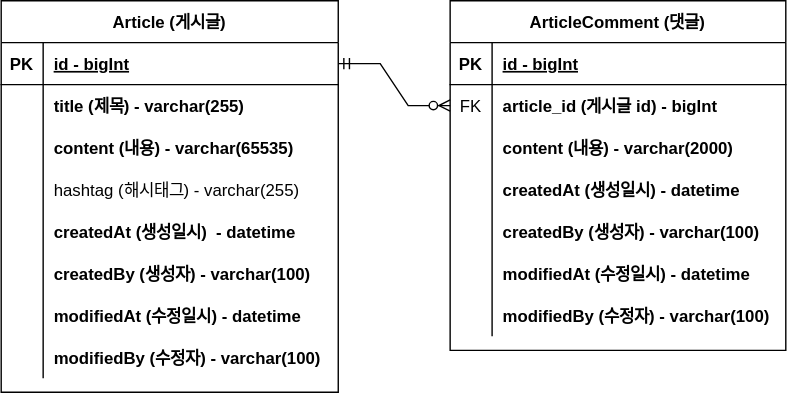
Above: document/project-board-erd.svg in cheesecup/project-board (draw.io), before the change. Source tidied: cells renumbered, new cells last; positions are measured from the earlier drawing's top-left corner, leaving out a move shared by most shapes. Its diagram source:
```xml
<mxGraphModel>
  <root>
    <mxCell id="0" />
    <mxCell id="1" parent="0" />
    <mxCell id="2" value="Article (게시글)" style="shape=table;startSize=30;rowLines=0;fontStyle=1;align=center;" parent="1" vertex="1">
      <mxGeometry width="241" height="280" as="geometry" />
    </mxCell>
    <mxCell id="3" style="shape=tableRow;horizontal=0;startSize=0;swimlaneHead=0;swimlaneBody=0;fillColor=none;points=[[0,0.5],[1,0.5]];portConstraint=eastwest;top=0;left=0;right=0;bottom=1;" parent="2" vertex="1">
      <mxGeometry y="30" width="241" height="30" as="geometry" />
    </mxCell>
    <mxCell id="4" value="PK" style="shape=partialRectangle;fillColor=none;top=0;left=0;bottom=0;right=0;fontStyle=1;overflow=hidden;" parent="3" vertex="1">
      <mxGeometry width="30" height="30" as="geometry" />
    </mxCell>
    <mxCell id="5" value="id - bigInt" style="shape=partialRectangle;fillColor=none;top=0;left=0;bottom=0;right=0;align=left;spacingLeft=6;fontStyle=5;overflow=hidden;" parent="3" vertex="1">
      <mxGeometry x="30" width="211" height="30" as="geometry" />
    </mxCell>
    <mxCell id="6" style="shape=tableRow;horizontal=0;startSize=0;swimlaneHead=0;swimlaneBody=0;fillColor=none;top=0;left=0;right=0;bottom=0;" parent="2" vertex="1">
      <mxGeometry y="60" width="241" height="30" as="geometry" />
    </mxCell>
    <mxCell id="7" style="shape=partialRectangle;fillColor=none;top=0;left=0;bottom=0;right=0;overflow=hidden;" parent="6" vertex="1">
      <mxGeometry width="30" height="30" as="geometry" />
    </mxCell>
    <mxCell id="8" value="title (제목) - varchar(255)" style="shape=partialRectangle;fillColor=none;top=0;left=0;bottom=0;right=0;align=left;spacingLeft=6;overflow=hidden;fontStyle=1;" parent="6" vertex="1">
      <mxGeometry x="30" width="211" height="30" as="geometry" />
    </mxCell>
    <mxCell id="9" style="shape=tableRow;horizontal=0;startSize=0;swimlaneHead=0;swimlaneBody=0;fillColor=none;top=0;left=0;right=0;bottom=0;" parent="2" vertex="1">
      <mxGeometry y="90" width="241" height="30" as="geometry" />
    </mxCell>
    <mxCell id="10" style="shape=partialRectangle;fillColor=none;top=0;left=0;bottom=0;right=0;overflow=hidden;" parent="9" vertex="1">
      <mxGeometry width="30" height="30" as="geometry" />
    </mxCell>
    <mxCell id="11" value="content (내용) - varchar(65535)" style="shape=partialRectangle;fillColor=none;top=0;left=0;bottom=0;right=0;align=left;spacingLeft=6;overflow=hidden;fontStyle=1;" parent="9" vertex="1">
      <mxGeometry x="30" width="211" height="30" as="geometry" />
    </mxCell>
    <mxCell id="12" style="shape=tableRow;horizontal=0;startSize=0;swimlaneHead=0;swimlaneBody=0;fillColor=none;top=0;left=0;right=0;bottom=0;" parent="2" vertex="1">
      <mxGeometry y="120" width="241" height="30" as="geometry" />
    </mxCell>
    <mxCell id="13" style="shape=partialRectangle;fillColor=none;top=0;left=0;bottom=0;right=0;overflow=hidden;" parent="12" vertex="1">
      <mxGeometry width="30" height="30" as="geometry" />
    </mxCell>
    <mxCell id="14" value="hashtag (해시태그) - varchar(255)" style="shape=partialRectangle;fillColor=none;top=0;left=0;bottom=0;right=0;align=left;spacingLeft=6;overflow=hidden;fontStyle=0;" parent="12" vertex="1">
      <mxGeometry x="30" width="211" height="30" as="geometry" />
    </mxCell>
    <mxCell id="15" style="shape=tableRow;horizontal=0;startSize=0;swimlaneHead=0;swimlaneBody=0;fillColor=none;top=0;left=0;right=0;bottom=0;" parent="2" vertex="1">
      <mxGeometry y="150" width="241" height="30" as="geometry" />
    </mxCell>
    <mxCell id="16" style="shape=partialRectangle;fillColor=none;top=0;left=0;bottom=0;right=0;overflow=hidden;" parent="15" vertex="1">
      <mxGeometry width="30" height="30" as="geometry" />
    </mxCell>
    <mxCell id="17" value="createdAt (생성일시)  - datetime" style="shape=partialRectangle;fillColor=none;top=0;left=0;bottom=0;right=0;align=left;spacingLeft=6;overflow=hidden;fontStyle=1;" parent="15" vertex="1">
      <mxGeometry x="30" width="211" height="30" as="geometry" />
    </mxCell>
    <mxCell id="18" style="shape=tableRow;horizontal=0;startSize=0;swimlaneHead=0;swimlaneBody=0;fillColor=none;top=0;left=0;right=0;bottom=0;" parent="2" vertex="1">
      <mxGeometry y="180" width="241" height="30" as="geometry" />
    </mxCell>
    <mxCell id="19" style="shape=partialRectangle;fillColor=none;top=0;left=0;bottom=0;right=0;overflow=hidden;" parent="18" vertex="1">
      <mxGeometry width="30" height="30" as="geometry" />
    </mxCell>
    <mxCell id="20" value="createdBy (생성자) - varchar(100)" style="shape=partialRectangle;fillColor=none;top=0;left=0;bottom=0;right=0;align=left;spacingLeft=6;overflow=hidden;fontStyle=1;" parent="18" vertex="1">
      <mxGeometry x="30" width="211" height="30" as="geometry" />
    </mxCell>
    <mxCell id="21" style="shape=tableRow;horizontal=0;startSize=0;swimlaneHead=0;swimlaneBody=0;fillColor=none;top=0;left=0;right=0;bottom=0;" parent="2" vertex="1">
      <mxGeometry y="210" width="241" height="30" as="geometry" />
    </mxCell>
    <mxCell id="22" style="shape=partialRectangle;fillColor=none;top=0;left=0;bottom=0;right=0;overflow=hidden;" parent="21" vertex="1">
      <mxGeometry width="30" height="30" as="geometry" />
    </mxCell>
    <mxCell id="23" value="modifiedAt (수정일시) - datetime" style="shape=partialRectangle;fillColor=none;top=0;left=0;bottom=0;right=0;align=left;spacingLeft=6;overflow=hidden;fontStyle=1;" parent="21" vertex="1">
      <mxGeometry x="30" width="211" height="30" as="geometry" />
    </mxCell>
    <mxCell id="24" style="shape=tableRow;horizontal=0;startSize=0;swimlaneHead=0;swimlaneBody=0;fillColor=none;top=0;left=0;right=0;bottom=0;" parent="2" vertex="1">
      <mxGeometry y="240" width="241" height="30" as="geometry" />
    </mxCell>
    <mxCell id="25" style="shape=partialRectangle;fillColor=none;top=0;left=0;bottom=0;right=0;overflow=hidden;" parent="24" vertex="1">
      <mxGeometry width="30" height="30" as="geometry" />
    </mxCell>
    <mxCell id="26" value="modifiedBy (수정자) - varchar(100)" style="shape=partialRectangle;fillColor=none;top=0;left=0;bottom=0;right=0;align=left;spacingLeft=6;overflow=hidden;fontStyle=1;" parent="24" vertex="1">
      <mxGeometry x="30" width="211" height="30" as="geometry" />
    </mxCell>
    <mxCell id="27" value="ArticleComment (댓글)" style="shape=table;startSize=30;rowLines=0;fontStyle=1;align=center;" parent="1" vertex="1">
      <mxGeometry x="321" width="240" height="250" as="geometry" />
    </mxCell>
    <mxCell id="28" style="shape=tableRow;horizontal=0;startSize=0;swimlaneHead=0;swimlaneBody=0;fillColor=none;top=0;left=0;right=0;bottom=1;" parent="27" vertex="1">
      <mxGeometry y="30" width="240" height="30" as="geometry" />
    </mxCell>
    <mxCell id="29" value="PK" style="shape=partialRectangle;fillColor=none;top=0;left=0;bottom=0;right=0;fontStyle=1;overflow=hidden;" parent="28" vertex="1">
      <mxGeometry width="30" height="30" as="geometry" />
    </mxCell>
    <mxCell id="30" value="id - bigInt" style="shape=partialRectangle;fillColor=none;top=0;left=0;bottom=0;right=0;align=left;spacingLeft=6;fontStyle=5;overflow=hidden;" parent="28" vertex="1">
      <mxGeometry x="30" width="210" height="30" as="geometry" />
    </mxCell>
    <mxCell id="31" style="shape=tableRow;horizontal=0;startSize=0;swimlaneHead=0;swimlaneBody=0;fillColor=none;points=[[0,0.5],[1,0.5]];portConstraint=eastwest;top=0;left=0;right=0;bottom=0;" parent="27" vertex="1">
      <mxGeometry y="60" width="240" height="30" as="geometry" />
    </mxCell>
    <mxCell id="32" value="FK" style="shape=partialRectangle;fillColor=none;top=0;left=0;bottom=0;right=0;overflow=hidden;fontStyle=0;" parent="31" vertex="1">
      <mxGeometry width="30" height="30" as="geometry" />
    </mxCell>
    <mxCell id="33" value="article_id (게시글 id) - bigInt" style="shape=partialRectangle;fillColor=none;top=0;left=0;bottom=0;right=0;align=left;spacingLeft=6;overflow=hidden;fontStyle=1;" parent="31" vertex="1">
      <mxGeometry x="30" width="210" height="30" as="geometry" />
    </mxCell>
    <mxCell id="34" style="shape=tableRow;horizontal=0;startSize=0;swimlaneHead=0;swimlaneBody=0;fillColor=none;top=0;left=0;right=0;bottom=0;" parent="27" vertex="1">
      <mxGeometry y="90" width="240" height="30" as="geometry" />
    </mxCell>
    <mxCell id="35" style="shape=partialRectangle;fillColor=none;top=0;left=0;bottom=0;right=0;overflow=hidden;" parent="34" vertex="1">
      <mxGeometry width="30" height="30" as="geometry" />
    </mxCell>
    <mxCell id="36" value="content (내용) - varchar(2000)" style="shape=partialRectangle;fillColor=none;top=0;left=0;bottom=0;right=0;align=left;spacingLeft=6;overflow=hidden;fontStyle=1;" parent="34" vertex="1">
      <mxGeometry x="30" width="210" height="30" as="geometry" />
    </mxCell>
    <mxCell id="37" style="shape=tableRow;horizontal=0;startSize=0;swimlaneHead=0;swimlaneBody=0;fillColor=none;top=0;left=0;right=0;bottom=0;" parent="27" vertex="1">
      <mxGeometry y="120" width="240" height="30" as="geometry" />
    </mxCell>
    <mxCell id="38" style="shape=partialRectangle;fillColor=none;top=0;left=0;bottom=0;right=0;overflow=hidden;" parent="37" vertex="1">
      <mxGeometry width="30" height="30" as="geometry" />
    </mxCell>
    <mxCell id="39" value="createdAt (생성일시) - datetime" style="shape=partialRectangle;fillColor=none;top=0;left=0;bottom=0;right=0;align=left;spacingLeft=6;overflow=hidden;fontStyle=1;" parent="37" vertex="1">
      <mxGeometry x="30" width="210" height="30" as="geometry" />
    </mxCell>
    <mxCell id="40" style="shape=tableRow;horizontal=0;startSize=0;swimlaneHead=0;swimlaneBody=0;fillColor=none;top=0;left=0;right=0;bottom=0;" parent="27" vertex="1">
      <mxGeometry y="150" width="240" height="30" as="geometry" />
    </mxCell>
    <mxCell id="41" style="shape=partialRectangle;fillColor=none;top=0;left=0;bottom=0;right=0;overflow=hidden;" parent="40" vertex="1">
      <mxGeometry width="30" height="30" as="geometry" />
    </mxCell>
    <mxCell id="42" value="createdBy (생성자) - varchar(100)" style="shape=partialRectangle;fillColor=none;top=0;left=0;bottom=0;right=0;align=left;spacingLeft=6;overflow=hidden;fontStyle=1;" parent="40" vertex="1">
      <mxGeometry x="30" width="210" height="30" as="geometry" />
    </mxCell>
    <mxCell id="43" style="shape=tableRow;horizontal=0;startSize=0;swimlaneHead=0;swimlaneBody=0;fillColor=none;top=0;left=0;right=0;bottom=0;" parent="27" vertex="1">
      <mxGeometry y="180" width="240" height="30" as="geometry" />
    </mxCell>
    <mxCell id="44" style="shape=partialRectangle;fillColor=none;top=0;left=0;bottom=0;right=0;overflow=hidden;" parent="43" vertex="1">
      <mxGeometry width="30" height="30" as="geometry" />
    </mxCell>
    <mxCell id="45" value="modifiedAt (수정일시) - datetime" style="shape=partialRectangle;fillColor=none;top=0;left=0;bottom=0;right=0;align=left;spacingLeft=6;overflow=hidden;fontStyle=1;" parent="43" vertex="1">
      <mxGeometry x="30" width="210" height="30" as="geometry" />
    </mxCell>
    <mxCell id="46" style="shape=tableRow;horizontal=0;startSize=0;swimlaneHead=0;swimlaneBody=0;fillColor=none;top=0;left=0;right=0;bottom=0;" parent="27" vertex="1">
      <mxGeometry y="210" width="240" height="30" as="geometry" />
    </mxCell>
    <mxCell id="47" style="shape=partialRectangle;fillColor=none;top=0;left=0;bottom=0;right=0;overflow=hidden;" parent="46" vertex="1">
      <mxGeometry width="30" height="30" as="geometry" />
    </mxCell>
    <mxCell id="48" value="modifiedBy (수정자) - varchar(100)" style="shape=partialRectangle;fillColor=none;top=0;left=0;bottom=0;right=0;align=left;spacingLeft=6;overflow=hidden;fontStyle=1;" parent="46" vertex="1">
      <mxGeometry x="30" width="210" height="30" as="geometry" />
    </mxCell>
    <mxCell id="49" style="edgeStyle=entityRelationEdgeStyle;fontSize=12;html=1;endArrow=ERzeroToMany;startArrow=ERmandOne;rounded=0;exitX=1;exitY=0.5;exitDx=0;exitDy=0;entryX=0;entryY=0.5;entryDx=0;entryDy=0;" parent="1" edge="1" source="3" target="31">
      <mxGeometry relative="1" as="geometry" />
    </mxCell>
  </root>
</mxGraphModel>
```
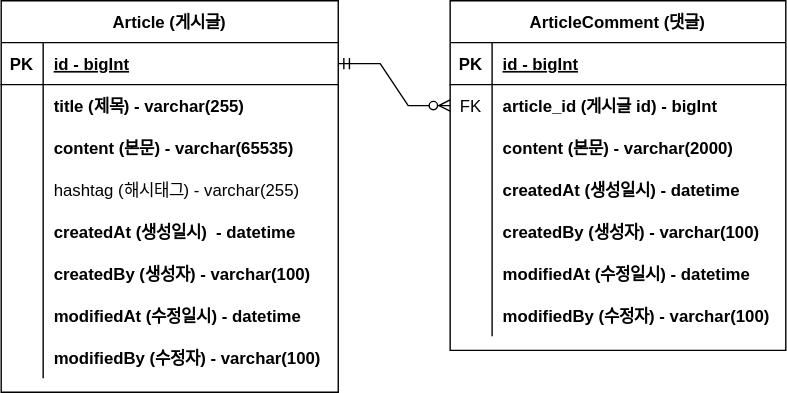
The same diagram one commit later.

Commit message:
#8 - ERD 주석 업데이트: project-board-erd.svg 업데이트

Change to the diagram source:
```diff
@@ -29,7 +29,7 @@
     <mxCell id="10" style="shape=partialRectangle;fillColor=none;top=0;left=0;bottom=0;right=0;overflow=hidden;" parent="9" vertex="1">
       <mxGeometry width="30" height="30" as="geometry" />
     </mxCell>
-    <mxCell id="11" value="content (내용) - varchar(65535)" style="shape=partialRectangle;fillColor=none;top=0;left=0;bottom=0;right=0;align=left;spacingLeft=6;overflow=hidden;fontStyle=1;" parent="9" vertex="1">
+    <mxCell id="11" value="content (본문) - varchar(65535)" style="shape=partialRectangle;fillColor=none;top=0;left=0;bottom=0;right=0;align=left;spacingLeft=6;overflow=hidden;fontStyle=1;" parent="9" vertex="1">
       <mxGeometry x="30" width="211" height="30" as="geometry" />
     </mxCell>
     <mxCell id="12" style="shape=tableRow;horizontal=0;startSize=0;swimlaneHead=0;swimlaneBody=0;fillColor=none;top=0;left=0;right=0;bottom=0;" parent="2" vertex="1">
@@ -104,7 +104,7 @@
     <mxCell id="35" style="shape=partialRectangle;fillColor=none;top=0;left=0;bottom=0;right=0;overflow=hidden;" parent="34" vertex="1">
       <mxGeometry width="30" height="30" as="geometry" />
     </mxCell>
-    <mxCell id="36" value="content (내용) - varchar(2000)" style="shape=partialRectangle;fillColor=none;top=0;left=0;bottom=0;right=0;align=left;spacingLeft=6;overflow=hidden;fontStyle=1;" parent="34" vertex="1">
+    <mxCell id="36" value="content (본문) - varchar(2000)" style="shape=partialRectangle;fillColor=none;top=0;left=0;bottom=0;right=0;align=left;spacingLeft=6;overflow=hidden;fontStyle=1;" parent="34" vertex="1">
       <mxGeometry x="30" width="210" height="30" as="geometry" />
     </mxCell>
     <mxCell id="37" style="shape=tableRow;horizontal=0;startSize=0;swimlaneHead=0;swimlaneBody=0;fillColor=none;top=0;left=0;right=0;bottom=0;" parent="27" vertex="1">
```
